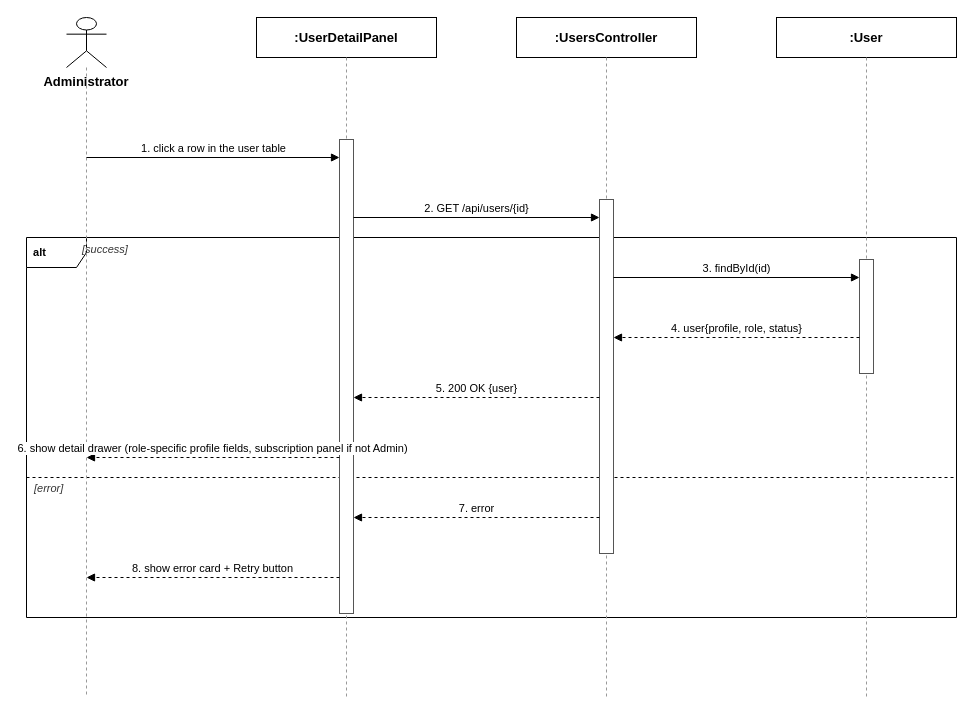
Above: docs/qa/Hien_SequenceDiagram/3.3.5_View_User_Detail.drawio in tulklk/AI_Interview_Question_Generation_RAG_LLM_FE (draw.io), before the change. Source tidied: cells renumbered, new cells numbered last; positions are measured from the earlier drawing's top-left corner, leaving out a move shared by most shapes. Both pictures are drawn from the tidied source at 100%, with x=0, y=0 at pixel (26, 17).
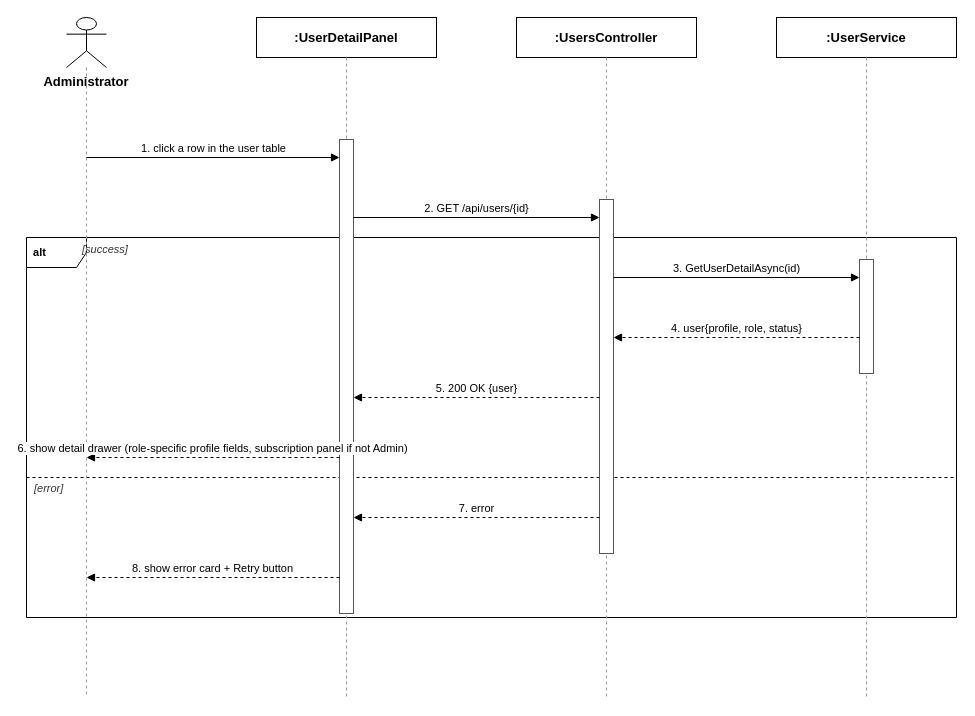
Above is the later version.

Commit message (it also covers changes not shown here):
docs(qa): correct Profile, Admin User, and Company Management diagrams against real BE

The edit, as a diff of the source:
```diff
@@
-    <mxCell id="12" value=":User" style="rounded=0;whiteSpace=wrap;html=1;fontSize=13;fillColor=#ffffff;strokeColor=#000000;fontStyle=1;" parent="1" vertex="1">
+    <mxCell id="12" value=":UserService" style="rounded=0;whiteSpace=wrap;html=1;fontSize=13;fillColor=#ffffff;strokeColor=#000000;fontStyle=1;" parent="1" vertex="1">
       <mxGeometry x="750" width="180" height="40" as="geometry" />
     </mxCell>
@@
-    <mxCell id="19" value="3. findById(id)" style="endArrow=block;endFill=1;html=1;fontSize=11;align=center;verticalAlign=bottom;labelBackgroundColor=#ffffff;strokeColor=#000000;" parent="1" edge="1">
+    <mxCell id="19" value="3. GetUserDetailAsync(id)" style="endArrow=block;endFill=1;html=1;fontSize=11;align=center;verticalAlign=bottom;labelBackgroundColor=#ffffff;strokeColor=#000000;" parent="1" edge="1">
       <mxGeometry relative="1" as="geometry">
         <mxPoint x="587" y="260" as="sourcePoint" />
         <mxPoint x="833" y="260" as="targetPoint" />
       </mxGeometry>
     </mxCell>
```
